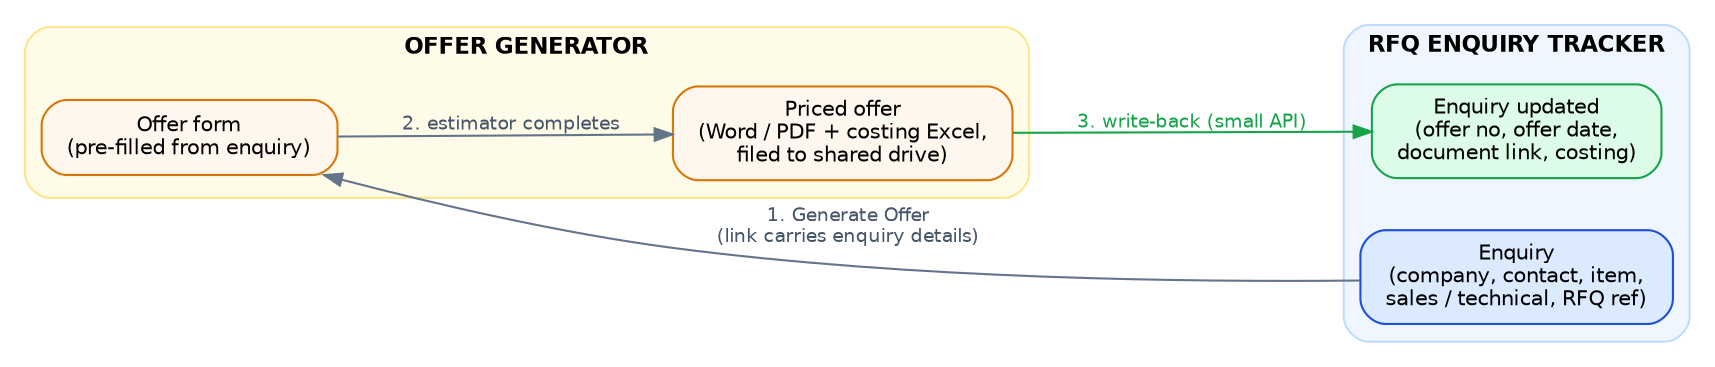
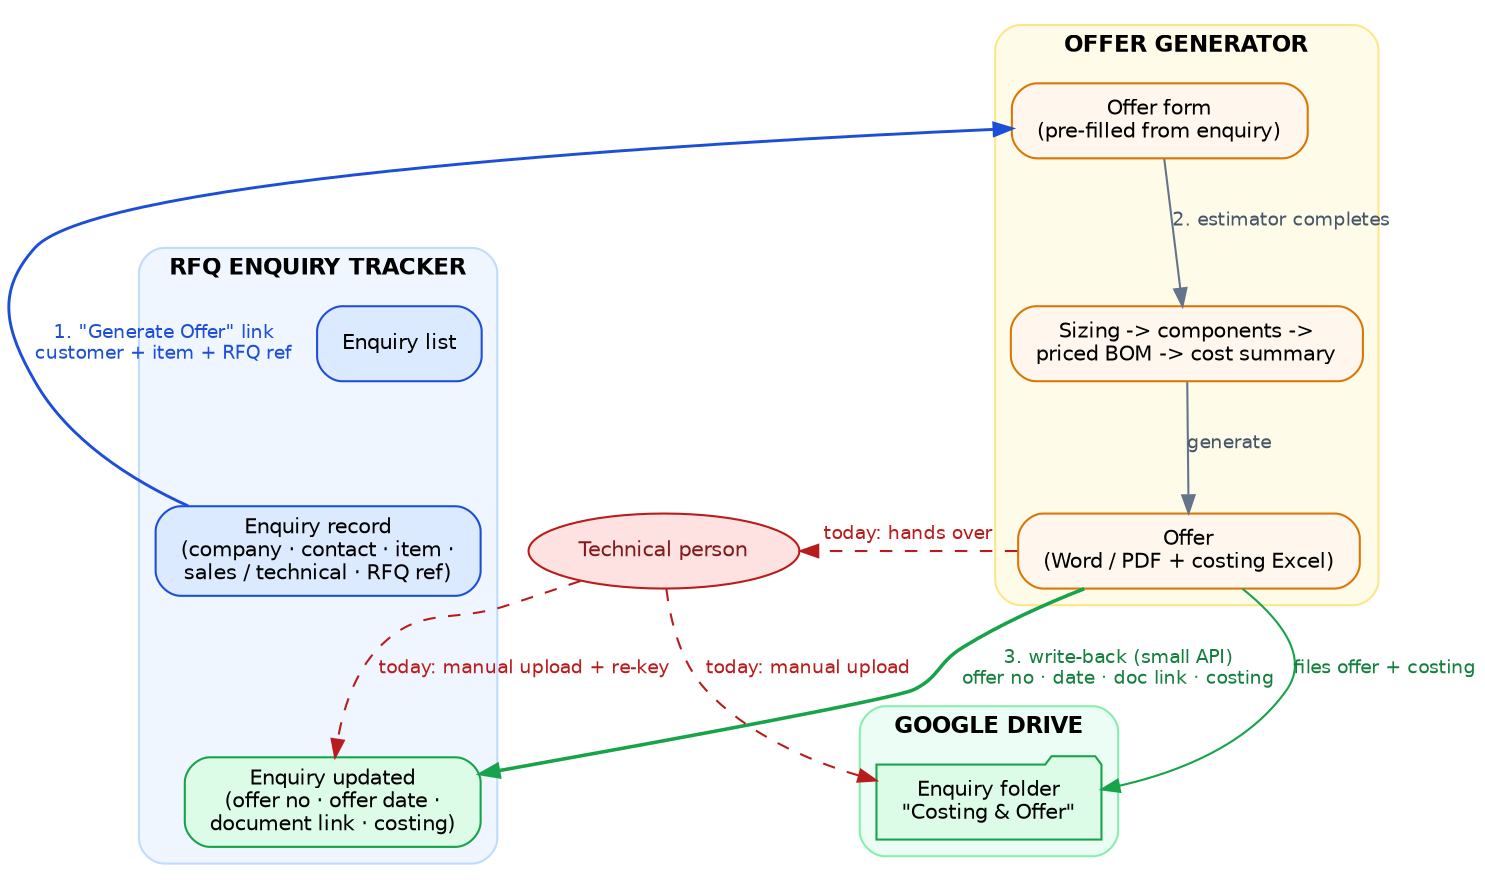
digraph rfq_integration {
-   rankdir=LR; bgcolor="transparent"; nodesep=0.35; ranksep=0.7;
-   node [shape=box, style="rounded,filled", fontname="Helvetica", fontsize=10, margin="0.16,0.08"];
+   rankdir=TB; bgcolor="transparent"; compound=true; nodesep=0.32; ranksep=0.7;
+   node [shape=box, style="rounded,filled", fontname="Helvetica", fontsize=10, margin="0.16,0.07"];
  edge [color="#64748b", arrowsize=0.85, fontname="Helvetica", fontsize=9, fontcolor="#475569"];

  subgraph cluster_rfq {
    label="RFQ ENQUIRY TRACKER"; style="rounded"; bgcolor="#eff6ff"; color="#bfdbfe"; fontname="Helvetica-Bold"; fontsize=11;
-     enq [label="Enquiry\n(company, contact, item,\nsales / technical, RFQ ref)", fillcolor="#dbeafe", color="#1d4ed8"];
-     upd [label="Enquiry updated\n(offer no, offer date,\ndocument link, costing)", fillcolor="#dcfce7", color="#16a34a"];
+     list [label="Enquiry list", fillcolor="#dbeafe", color="#1d4ed8"];
+     enq  [label="Enquiry record\n(company · contact · item ·\nsales / technical · RFQ ref)", fillcolor="#dbeafe", color="#1d4ed8"];
+     enq2 [label="Enquiry updated\n(offer no · offer date ·\ndocument link · costing)", fillcolor="#dcfce7", color="#16a34a"];
+     list -> enq [style=invis];
+     enq -> enq2 [style=invis];
  }

  subgraph cluster_gen {
    label="OFFER GENERATOR"; style="rounded"; bgcolor="#fefce8"; color="#fde68a"; fontname="Helvetica-Bold"; fontsize=11;
-     form  [label="Offer form\n(pre-filled from enquiry)", fillcolor="#fff7ed", color="#d97706"];
-     offer [label="Priced offer\n(Word / PDF + costing Excel,\nfiled to shared drive)", fillcolor="#fff7ed", color="#d97706"];
+     form [label="Offer form\n(pre-filled from enquiry)", fillcolor="#fff7ed", color="#d97706"];
+     calc [label="Sizing -> components ->\npriced BOM -> cost summary", fillcolor="#fff7ed", color="#d97706"];
+     out  [label="Offer\n(Word / PDF + costing Excel)", fillcolor="#fff7ed", color="#d97706"];
+     form -> calc [label="2. estimator completes"]; calc -> out [label="generate"];
  }

-   enq   -> form  [label="  1. Generate Offer\n  (link carries enquiry details)"];
-   form  -> offer [label="  2. estimator completes"];
-   offer -> upd   [label="  3. write-back (small API)", color="#16a34a", fontcolor="#16a34a"];
+   subgraph cluster_drv {
+     label="GOOGLE DRIVE"; style="rounded"; bgcolor="#ecfdf5"; color="#86efac"; fontname="Helvetica-Bold"; fontsize=11;
+     folder [label="Enquiry folder\n\"Costing & Offer\"", shape=folder, fillcolor="#dcfce7", color="#16a34a"];
+   }
+ 
+   tech [label="Technical person", shape=ellipse, fillcolor="#fee2e2", color="#b91c1c", fontcolor="#7f1d1d"];
+ 
+   // ---- proposed automated integration (green) ----
+   enq -> form  [label="1. \"Generate Offer\" link\ncustomer + item + RFQ ref", color="#1d4ed8", fontcolor="#1d4ed8", penwidth=1.4];
+   out -> enq2  [label="3. write-back (small API)\noffer no · date · doc link · costing", color="#16a34a", fontcolor="#15803d", penwidth=1.7];
+   out -> folder [label="files offer + costing", color="#16a34a", fontcolor="#15803d"];
+ 
+   // ---- today's manual hand-off (red, dashed) ----
+   out  -> tech  [label="today: hands over", style=dashed, color="#b91c1c", fontcolor="#b91c1c"];
+   tech -> enq2  [label="today: manual upload + re-key", style=dashed, color="#b91c1c", fontcolor="#b91c1c"];
+   tech -> folder [label="today: manual upload", style=dashed, color="#b91c1c", fontcolor="#b91c1c"];
}
